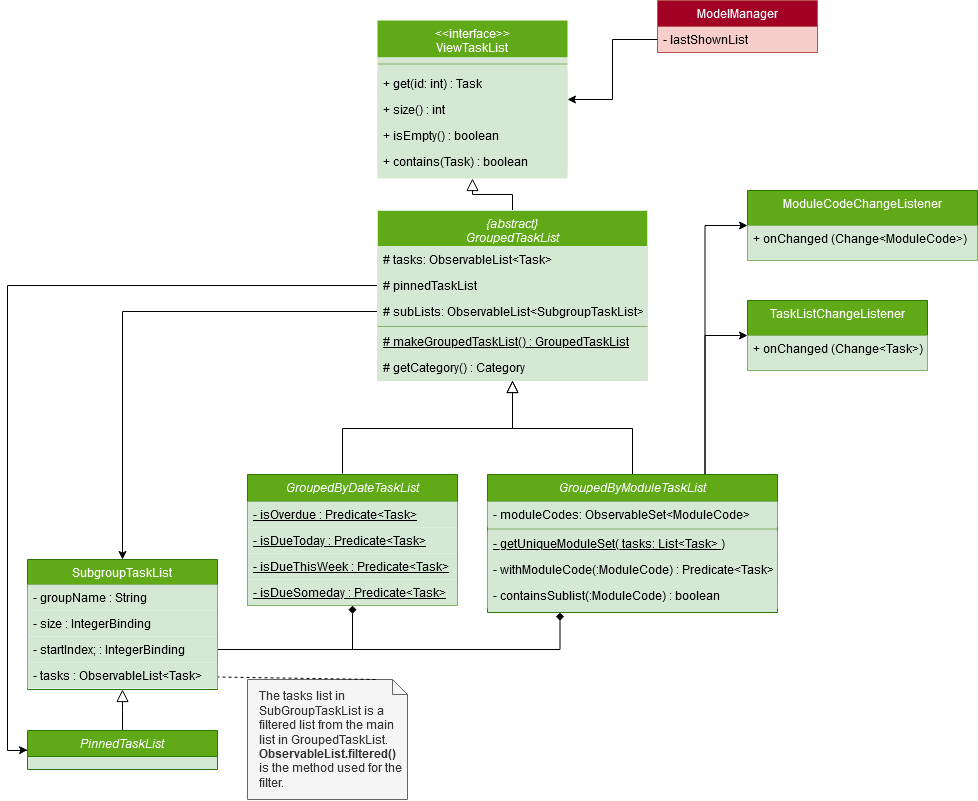
Above: images/TaskListClassDiagram.png in AY1920S2-CS2103-F09-2/main (draw.io), before the change. Source tidied: cells renumbered, new cells last; positions are measured from the earlier drawing's top-left corner, leaving out a move shared by most shapes.
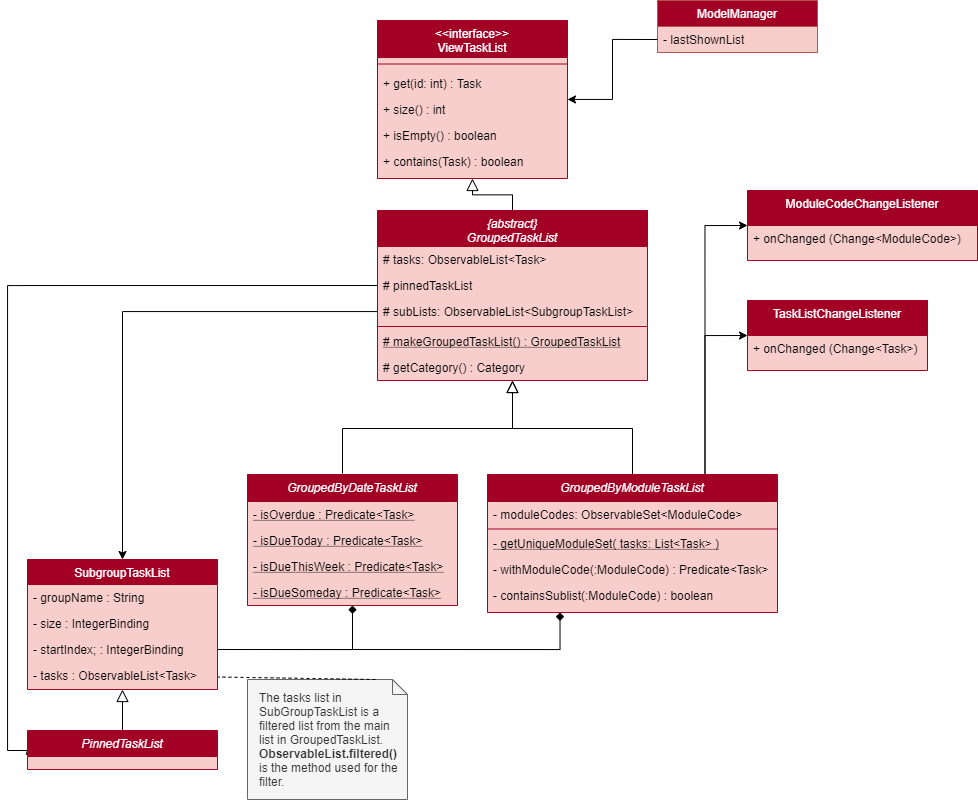
After the commit.

Change to the diagram source:
```diff
@@ -55,22 +55,22 @@
     <mxCell id="12" style="edgeStyle=orthogonalEdgeStyle;rounded=0;jettySize=auto;html=1;exitX=0;exitY=0.75;exitDx=0;exitDy=0;endArrow=classic;endFill=1;" parent="1" edge="1" source="7" target="13">
       <mxGeometry relative="1" as="geometry" />
     </mxCell>
-    <mxCell id="13" value="&lt;&lt;interface&gt;&gt;&#10;ViewTaskList&#10;" style="swimlane;fontStyle=0;align=center;verticalAlign=top;horizontal=1;startSize=37;rounded=0;shadow=0;strokeWidth=1;fillColor=#60a917;strokeColor=none;swimlaneFillColor=#D5E8D4;fontColor=#ffffff;" parent="1" vertex="1">
+    <mxCell id="13" value="&lt;&lt;interface&gt;&gt;&#10;ViewTaskList&#10;" style="swimlane;fontStyle=0;align=center;verticalAlign=top;horizontal=1;startSize=37;rounded=0;shadow=0;strokeWidth=1;fillColor=#a20025;strokeColor=#A20025;swimlaneFillColor=#F8CECC;fontColor=#ffffff;" parent="1" vertex="1">
       <mxGeometry x="370" y="20" width="190" height="158" as="geometry" />
     </mxCell>
-    <mxCell id="14" style="line;html=1;strokeWidth=1;align=left;verticalAlign=middle;spacingTop=-1;spacingLeft=3;spacingRight=3;labelPosition=right;fillColor=#d5e8d4;strokeColor=#82b366;shadow=0;gradientColor=none;" parent="13" vertex="1">
+    <mxCell id="14" style="line;html=1;strokeWidth=1;align=left;verticalAlign=middle;spacingTop=-1;spacingLeft=3;spacingRight=3;labelPosition=right;fillColor=none;strokeColor=#A20025;shadow=0;gradientColor=none;" parent="13" vertex="1">
       <mxGeometry y="37" width="190" height="13" as="geometry" />
     </mxCell>
-    <mxCell id="15" value="+ get(id: int) : Task" style="text;align=left;verticalAlign=top;spacingLeft=4;spacingRight=4;overflow=hidden;fillColor=#d5e8d4;strokeColor=none;" parent="13" vertex="1">
+    <mxCell id="15" value="+ get(id: int) : Task" style="text;align=left;verticalAlign=top;spacingLeft=4;spacingRight=4;overflow=hidden;fillColor=none;strokeColor=none;" parent="13" vertex="1">
       <mxGeometry y="50" width="190" height="26" as="geometry" />
     </mxCell>
-    <mxCell id="16" value="+ size() : int" style="text;align=left;verticalAlign=top;spacingLeft=4;spacingRight=4;overflow=hidden;rounded=0;shadow=0;html=0;fillColor=#d5e8d4;strokeColor=none;" parent="13" vertex="1">
+    <mxCell id="16" value="+ size() : int" style="text;align=left;verticalAlign=top;spacingLeft=4;spacingRight=4;overflow=hidden;rounded=0;shadow=0;html=0;fillColor=none;strokeColor=none;" parent="13" vertex="1">
       <mxGeometry y="76" width="190" height="26" as="geometry" />
     </mxCell>
-    <mxCell id="17" value="+ isEmpty() : boolean" style="text;align=left;verticalAlign=top;spacingLeft=4;spacingRight=4;overflow=hidden;fillColor=#d5e8d4;strokeColor=none;" parent="13" vertex="1">
+    <mxCell id="17" value="+ isEmpty() : boolean" style="text;align=left;verticalAlign=top;spacingLeft=4;spacingRight=4;overflow=hidden;fillColor=none;strokeColor=none;" parent="13" vertex="1">
       <mxGeometry y="102" width="190" height="26" as="geometry" />
     </mxCell>
-    <mxCell id="18" value="+ contains(Task) : boolean" style="text;align=left;verticalAlign=top;spacingLeft=4;spacingRight=4;overflow=hidden;fillColor=#d5e8d4;strokeColor=none;" parent="13" vertex="1">
+    <mxCell id="18" value="+ contains(Task) : boolean" style="text;align=left;verticalAlign=top;spacingLeft=4;spacingRight=4;overflow=hidden;fillColor=none;strokeColor=none;" parent="13" vertex="1">
       <mxGeometry y="128" width="190" height="26" as="geometry" />
     </mxCell>
     <mxCell id="19" value="&lt;div&gt;The tasks list in SubGroupTaskList is a filtered list from the main list in GroupedTaskList.&lt;/div&gt;&lt;div&gt;&lt;b&gt;ObservableList.filtered()&lt;/b&gt; is the method used for the filter.&lt;br&gt;&lt;/div&gt;" style="shape=note;size=15;align=left;spacingLeft=10;html=1;whiteSpace=wrap;fillColor=#f5f5f5;strokeColor=#666666;fontColor=#333333;" parent="1" vertex="1">
@@ -79,49 +79,49 @@
     <mxCell id="20" style="edgeStyle=none;endArrow=none;exitX=0.8;exitY=0;dashed=1;html=1;" parent="1" edge="1" source="19" target="35">
       <mxGeometry x="1" relative="1" as="geometry" />
     </mxCell>
-    <mxCell id="21" value="{abstract}&#10;GroupedTaskList&#10;" style="swimlane;fontStyle=2;align=center;verticalAlign=top;horizontal=1;startSize=36;rounded=0;shadow=0;strokeWidth=1;fillColor=#60a917;strokeColor=#D5E8D4;fontColor=#ffffff;swimlaneFillColor=#D5E8D4;" parent="1" vertex="1">
+    <mxCell id="21" value="{abstract}&#10;GroupedTaskList&#10;" style="swimlane;fontStyle=2;align=center;verticalAlign=top;horizontal=1;startSize=36;rounded=0;shadow=0;strokeWidth=1;fillColor=#A20025;strokeColor=#A20025;fontColor=#ffffff;swimlaneFillColor=#F8CECC;" parent="1" vertex="1">
       <mxGeometry x="370" y="210" width="270" height="170" as="geometry" />
     </mxCell>
-    <mxCell id="22" value="# tasks: ObservableList&lt;Task&gt;" style="text;align=left;verticalAlign=top;spacingLeft=4;spacingRight=4;overflow=hidden;rounded=0;shadow=0;html=0;fillColor=#d5e8d4;strokeColor=none;" parent="21" vertex="1">
+    <mxCell id="22" value="# tasks: ObservableList&lt;Task&gt;" style="text;align=left;verticalAlign=top;spacingLeft=4;spacingRight=4;overflow=hidden;rounded=0;shadow=0;html=0;fillColor=none;strokeColor=none;" parent="21" vertex="1">
       <mxGeometry y="36" width="270" height="26" as="geometry" />
     </mxCell>
-    <mxCell id="23" value="# pinnedTaskList" style="text;align=left;verticalAlign=top;spacingLeft=4;spacingRight=4;overflow=hidden;points=[[0,0.5],[1,0.5]];portConstraint=eastwest;fillColor=#d5e8d4;strokeColor=none;" parent="21" vertex="1">
+    <mxCell id="23" value="# pinnedTaskList" style="text;align=left;verticalAlign=top;spacingLeft=4;spacingRight=4;overflow=hidden;points=[[0,0.5],[1,0.5]];portConstraint=eastwest;fillColor=none;strokeColor=none;" parent="21" vertex="1">
       <mxGeometry y="62" width="270" height="26" as="geometry" />
     </mxCell>
-    <mxCell id="24" value="# subLists: ObservableList&lt;SubgroupTaskList&gt;" style="text;align=left;verticalAlign=top;spacingLeft=4;spacingRight=4;overflow=hidden;points=[[0,0.5],[1,0.5]];portConstraint=eastwest;rounded=0;shadow=0;html=0;fillColor=#d5e8d4;strokeColor=none;" parent="21" vertex="1">
+    <mxCell id="24" value="# subLists: ObservableList&lt;SubgroupTaskList&gt;" style="text;align=left;verticalAlign=top;spacingLeft=4;spacingRight=4;overflow=hidden;points=[[0,0.5],[1,0.5]];portConstraint=eastwest;rounded=0;shadow=0;html=0;fillColor=none;strokeColor=none;" parent="21" vertex="1">
       <mxGeometry y="88" width="270" height="26" as="geometry" />
     </mxCell>
-    <mxCell id="25" style="line;html=1;strokeWidth=1;align=left;verticalAlign=middle;spacingTop=-1;spacingLeft=3;spacingRight=3;labelPosition=right;fillColor=#d5e8d4;strokeColor=#82b366;shadow=0;gradientColor=none;" parent="21" vertex="1">
+    <mxCell id="25" style="line;html=1;strokeWidth=1;align=left;verticalAlign=middle;spacingTop=-1;spacingLeft=3;spacingRight=3;labelPosition=right;fillColor=none;strokeColor=#A20025;shadow=0;gradientColor=none;" parent="21" vertex="1">
       <mxGeometry y="114" width="270" height="4" as="geometry" />
     </mxCell>
-    <mxCell id="26" value="GroupedByDateTaskList" style="swimlane;fontStyle=2;align=center;verticalAlign=top;horizontal=1;startSize=27;rounded=0;shadow=0;strokeWidth=1;fillColor=#60a917;strokeColor=#2D7600;fontColor=#ffffff;" parent="1" vertex="1">
+    <mxCell id="26" value="GroupedByDateTaskList" style="swimlane;fontStyle=2;align=center;verticalAlign=top;horizontal=1;startSize=27;rounded=0;shadow=0;strokeWidth=1;fillColor=#A20025;strokeColor=#A20025;fontColor=#ffffff;swimlaneFillColor=#F8CECC;" parent="1" vertex="1">
       <mxGeometry x="240" y="474" width="210" height="131" as="geometry" />
     </mxCell>
-    <mxCell id="27" value="- isOverdue : Predicate&lt;Task&gt; " style="text;align=left;verticalAlign=top;spacingLeft=4;spacingRight=4;overflow=hidden;fontStyle=4;fillColor=#d5e8d4;strokeColor=none;" parent="26" vertex="1">
+    <mxCell id="27" value="- isOverdue : Predicate&lt;Task&gt; " style="text;align=left;verticalAlign=top;spacingLeft=4;spacingRight=4;overflow=hidden;fontStyle=4;fillColor=none;strokeColor=none;" parent="26" vertex="1">
       <mxGeometry y="27" width="210" height="26" as="geometry" />
     </mxCell>
-    <mxCell id="28" value="- isDueToday : Predicate&lt;Task&gt;" style="text;align=left;verticalAlign=top;spacingLeft=4;spacingRight=4;overflow=hidden;rounded=0;shadow=0;html=0;fontStyle=4;fillColor=#d5e8d4;strokeColor=none;" parent="26" vertex="1">
+    <mxCell id="28" value="- isDueToday : Predicate&lt;Task&gt;" style="text;align=left;verticalAlign=top;spacingLeft=4;spacingRight=4;overflow=hidden;rounded=0;shadow=0;html=0;fontStyle=4;fillColor=none;strokeColor=none;" parent="26" vertex="1">
       <mxGeometry y="53" width="210" height="26" as="geometry" />
     </mxCell>
-    <mxCell id="29" value="- isDueThisWeek : Predicate&lt;Task&gt; " style="text;align=left;verticalAlign=top;spacingLeft=4;spacingRight=4;overflow=hidden;rounded=0;shadow=0;html=0;fontStyle=4;fillColor=#d5e8d4;strokeColor=none;" parent="26" vertex="1">
+    <mxCell id="29" value="- isDueThisWeek : Predicate&lt;Task&gt; " style="text;align=left;verticalAlign=top;spacingLeft=4;spacingRight=4;overflow=hidden;rounded=0;shadow=0;html=0;fontStyle=4;fillColor=none;strokeColor=none;" parent="26" vertex="1">
       <mxGeometry y="79" width="210" height="26" as="geometry" />
     </mxCell>
-    <mxCell id="30" value="- isDueSomeday : Predicate&lt;Task&gt; " style="text;align=left;verticalAlign=top;spacingLeft=4;spacingRight=4;overflow=hidden;rounded=0;shadow=0;html=0;fontStyle=4;fillColor=#d5e8d4;strokeColor=none;" parent="26" vertex="1">
+    <mxCell id="30" value="- isDueSomeday : Predicate&lt;Task&gt; " style="text;align=left;verticalAlign=top;spacingLeft=4;spacingRight=4;overflow=hidden;rounded=0;shadow=0;html=0;fontStyle=4;fillColor=none;strokeColor=none;" parent="26" vertex="1">
       <mxGeometry y="105" width="210" height="26" as="geometry" />
     </mxCell>
-    <mxCell id="31" value="SubgroupTaskList" style="swimlane;fontStyle=0;align=center;verticalAlign=top;horizontal=1;startSize=25;rounded=0;shadow=0;strokeWidth=1;fillColor=#60a917;strokeColor=#2D7600;fontColor=#ffffff;" parent="1" vertex="1">
+    <mxCell id="31" value="SubgroupTaskList" style="swimlane;fontStyle=0;align=center;verticalAlign=top;horizontal=1;startSize=25;rounded=0;shadow=0;strokeWidth=1;fillColor=#A20025;strokeColor=#A20025;fontColor=#ffffff;swimlaneFillColor=#F8CECC;" parent="1" vertex="1">
       <mxGeometry x="20" y="559" width="190" height="130" as="geometry" />
     </mxCell>
-    <mxCell id="32" value="- groupName : String " style="text;align=left;verticalAlign=top;spacingLeft=4;spacingRight=4;overflow=hidden;rounded=0;shadow=0;html=0;fillColor=#d5e8d4;strokeColor=none;" parent="31" vertex="1">
+    <mxCell id="32" value="- groupName : String " style="text;align=left;verticalAlign=top;spacingLeft=4;spacingRight=4;overflow=hidden;rounded=0;shadow=0;html=0;fillColor=none;strokeColor=none;" parent="31" vertex="1">
       <mxGeometry y="25" width="190" height="26" as="geometry" />
     </mxCell>
-    <mxCell id="33" value="- size : IntegerBinding " style="text;align=left;verticalAlign=top;spacingLeft=4;spacingRight=4;overflow=hidden;fillColor=#d5e8d4;strokeColor=none;" parent="31" vertex="1">
+    <mxCell id="33" value="- size : IntegerBinding " style="text;align=left;verticalAlign=top;spacingLeft=4;spacingRight=4;overflow=hidden;fillColor=none;strokeColor=none;" parent="31" vertex="1">
       <mxGeometry y="51" width="190" height="26" as="geometry" />
     </mxCell>
-    <mxCell id="34" value="- startIndex; : IntegerBinding " style="text;align=left;verticalAlign=top;spacingLeft=4;spacingRight=4;overflow=hidden;points=[[0,0.5],[1,0.5]];portConstraint=eastwest;fillColor=#d5e8d4;strokeColor=none;" parent="31" vertex="1">
+    <mxCell id="34" value="- startIndex; : IntegerBinding " style="text;align=left;verticalAlign=top;spacingLeft=4;spacingRight=4;overflow=hidden;points=[[0,0.5],[1,0.5]];portConstraint=eastwest;fillColor=none;strokeColor=none;" parent="31" vertex="1">
       <mxGeometry y="77" width="190" height="26" as="geometry" />
     </mxCell>
-    <mxCell id="35" value="-  tasks : ObservableList&lt;Task&gt;" style="text;align=left;verticalAlign=top;spacingLeft=4;spacingRight=4;overflow=hidden;points=[[0,0.5],[1,0.5]];portConstraint=eastwest;fillColor=#d5e8d4;strokeColor=none;" parent="31" vertex="1">
+    <mxCell id="35" value="-  tasks : ObservableList&lt;Task&gt;" style="text;align=left;verticalAlign=top;spacingLeft=4;spacingRight=4;overflow=hidden;points=[[0,0.5],[1,0.5]];portConstraint=eastwest;fillColor=none;strokeColor=none;" parent="31" vertex="1">
       <mxGeometry y="103" width="190" height="26" as="geometry" />
     </mxCell>
     <mxCell id="36" style="edgeStyle=orthogonalEdgeStyle;rounded=0;jettySize=auto;html=1;exitX=0.75;exitY=0;exitDx=0;exitDy=0;entryX=0;entryY=0.5;entryDx=0;entryDy=0;endArrow=classic;endFill=1;" parent="1" edge="1" source="38" target="44">
@@ -130,43 +130,43 @@
     <mxCell id="37" style="edgeStyle=orthogonalEdgeStyle;rounded=0;jettySize=auto;html=1;exitX=0.75;exitY=0;exitDx=0;exitDy=0;entryX=0;entryY=0.5;entryDx=0;entryDy=0;endArrow=classic;endFill=1;" parent="1" edge="1" source="38" target="46">
       <mxGeometry relative="1" as="geometry" />
     </mxCell>
-    <mxCell id="38" value="GroupedByModuleTaskList" style="swimlane;fontStyle=2;align=center;verticalAlign=top;horizontal=1;startSize=27;rounded=0;shadow=0;strokeWidth=1;fillColor=#60a917;strokeColor=#2D7600;swimlaneFillColor=#D5E8D4;fontColor=#ffffff;" parent="1" vertex="1">
+    <mxCell id="38" value="GroupedByModuleTaskList" style="swimlane;fontStyle=2;align=center;verticalAlign=top;horizontal=1;startSize=27;rounded=0;shadow=0;strokeWidth=1;fillColor=#A20025;strokeColor=#A20025;swimlaneFillColor=#F8CECC;fontColor=#ffffff;" parent="1" vertex="1">
       <mxGeometry x="480" y="474" width="290" height="138" as="geometry" />
     </mxCell>
-    <mxCell id="39" value="- moduleCodes: ObservableSet&lt;ModuleCode&gt;" style="text;align=left;verticalAlign=top;spacingLeft=4;spacingRight=4;overflow=hidden;rounded=0;shadow=0;html=0;fillColor=#d5e8d4;strokeColor=none;" parent="38" vertex="1">
+    <mxCell id="39" value="- moduleCodes: ObservableSet&lt;ModuleCode&gt;" style="text;align=left;verticalAlign=top;spacingLeft=4;spacingRight=4;overflow=hidden;rounded=0;shadow=0;html=0;fillColor=none;strokeColor=none;" parent="38" vertex="1">
       <mxGeometry y="27" width="290" height="26" as="geometry" />
     </mxCell>
-    <mxCell id="40" style="line;html=1;strokeWidth=1;align=left;verticalAlign=middle;spacingTop=-1;spacingLeft=3;spacingRight=3;labelPosition=right;fillColor=#ffffff;strokeColor=#82b366;" parent="38" vertex="1">
+    <mxCell id="40" style="line;html=1;strokeWidth=1;align=left;verticalAlign=middle;spacingTop=-1;spacingLeft=3;spacingRight=3;labelPosition=right;fillColor=#ffffff;strokeColor=#A20025;" parent="38" vertex="1">
       <mxGeometry y="53" width="290" height="3" as="geometry" />
     </mxCell>
-    <mxCell id="41" value="- getUniqueModuleSet( tasks: List&lt;Task&gt; )" style="text;align=left;verticalAlign=top;spacingLeft=4;spacingRight=4;overflow=hidden;fontStyle=4;fillColor=#d5e8d4;strokeColor=none;" parent="38" vertex="1">
+    <mxCell id="41" value="- getUniqueModuleSet( tasks: List&lt;Task&gt; )" style="text;align=left;verticalAlign=top;spacingLeft=4;spacingRight=4;overflow=hidden;fontStyle=4;fillColor=none;strokeColor=none;" parent="38" vertex="1">
       <mxGeometry y="56" width="290" height="26" as="geometry" />
     </mxCell>
-    <mxCell id="42" value="- withModuleCode(:ModuleCode) : Predicate&lt;Task&gt;" style="text;align=left;verticalAlign=top;spacingLeft=4;spacingRight=4;overflow=hidden;fillColor=#d5e8d4;strokeColor=none;" parent="38" vertex="1">
+    <mxCell id="42" value="- withModuleCode(:ModuleCode) : Predicate&lt;Task&gt;" style="text;align=left;verticalAlign=top;spacingLeft=4;spacingRight=4;overflow=hidden;fillColor=none;strokeColor=none;" parent="38" vertex="1">
       <mxGeometry y="82" width="290" height="26" as="geometry" />
     </mxCell>
-    <mxCell id="43" value="- containsSublist(:ModuleCode) : boolean" style="text;align=left;verticalAlign=top;spacingLeft=4;spacingRight=4;overflow=hidden;fillColor=#d5e8d4;strokeColor=none;" parent="38" vertex="1">
+    <mxCell id="43" value="- containsSublist(:ModuleCode) : boolean" style="text;align=left;verticalAlign=top;spacingLeft=4;spacingRight=4;overflow=hidden;fillColor=none;strokeColor=none;" parent="38" vertex="1">
       <mxGeometry y="108" width="290" height="26" as="geometry" />
     </mxCell>
-    <mxCell id="44" value="ModuleCodeChangeListener" style="swimlane;fontStyle=0;align=center;verticalAlign=top;horizontal=1;startSize=35;rounded=0;shadow=0;strokeWidth=1;fillColor=#60a917;strokeColor=#2D7600;fontColor=#ffffff;" parent="1" vertex="1">
+    <mxCell id="44" value="ModuleCodeChangeListener" style="swimlane;fontStyle=0;align=center;verticalAlign=top;horizontal=1;startSize=35;rounded=0;shadow=0;strokeWidth=1;fillColor=#A20025;strokeColor=#A20025;fontColor=#ffffff;swimlaneFillColor=#F8CECC;" parent="1" vertex="1">
       <mxGeometry x="740" y="190" width="230" height="70" as="geometry" />
     </mxCell>
-    <mxCell id="45" value="+ onChanged (Change&lt;ModuleCode&gt;)" style="text;align=left;verticalAlign=top;spacingLeft=4;spacingRight=4;overflow=hidden;fillColor=#d5e8d4;strokeColor=#82b366;" parent="44" vertex="1">
+    <mxCell id="45" value="+ onChanged (Change&lt;ModuleCode&gt;)" style="text;align=left;verticalAlign=top;spacingLeft=4;spacingRight=4;overflow=hidden;fillColor=none;strokeColor=none;" parent="44" vertex="1">
       <mxGeometry y="35" width="230" height="35" as="geometry" />
     </mxCell>
-    <mxCell id="46" value="TaskListChangeListener" style="swimlane;fontStyle=0;align=center;verticalAlign=top;horizontal=1;startSize=35;rounded=0;shadow=0;strokeWidth=1;fillColor=#60a917;strokeColor=#2D7600;fontColor=#ffffff;" parent="1" vertex="1">
+    <mxCell id="46" value="TaskListChangeListener" style="swimlane;fontStyle=0;align=center;verticalAlign=top;horizontal=1;startSize=35;rounded=0;shadow=0;strokeWidth=1;fillColor=#A20025;strokeColor=#A20025;fontColor=#ffffff;swimlaneFillColor=#F8CECC;" parent="1" vertex="1">
       <mxGeometry x="740" y="300" width="180" height="70" as="geometry" />
     </mxCell>
-    <mxCell id="47" value="+ onChanged (Change&lt;Task&gt;)" style="text;align=left;verticalAlign=top;spacingLeft=4;spacingRight=4;overflow=hidden;fillColor=#d5e8d4;strokeColor=#82b366;" parent="46" vertex="1">
+    <mxCell id="47" value="+ onChanged (Change&lt;Task&gt;)" style="text;align=left;verticalAlign=top;spacingLeft=4;spacingRight=4;overflow=hidden;fillColor=none;strokeColor=none;" parent="46" vertex="1">
       <mxGeometry y="35" width="180" height="35" as="geometry" />
     </mxCell>
-    <mxCell id="48" value="# makeGroupedTaskList() : GroupedTaskList" style="text;align=left;verticalAlign=top;spacingLeft=4;spacingRight=4;overflow=hidden;fontStyle=4;fillColor=#d5e8d4;strokeColor=none;gradientColor=none;" parent="1" vertex="1">
+    <mxCell id="48" value="# makeGroupedTaskList() : GroupedTaskList" style="text;align=left;verticalAlign=top;spacingLeft=4;spacingRight=4;overflow=hidden;fontStyle=4;fillColor=none;strokeColor=none;gradientColor=none;" parent="1" vertex="1">
       <mxGeometry x="370" y="328" width="270" height="26" as="geometry" />
     </mxCell>
-    <mxCell id="49" value="# getCategory() : Category" style="text;align=left;verticalAlign=top;spacingLeft=4;spacingRight=4;overflow=hidden;fillColor=#d5e8d4;strokeColor=none;" parent="1" vertex="1">
+    <mxCell id="49" value="# getCategory() : Category" style="text;align=left;verticalAlign=top;spacingLeft=4;spacingRight=4;overflow=hidden;fillColor=none;strokeColor=none;" parent="1" vertex="1">
       <mxGeometry x="370" y="354" width="270" height="26" as="geometry" />
     </mxCell>
-    <mxCell id="50" value="PinnedTaskList" style="swimlane;fontStyle=2;align=center;verticalAlign=middle;horizontal=1;startSize=26;rounded=0;shadow=0;strokeWidth=1;fillColor=#60a917;strokeColor=#2D7600;fontColor=#ffffff;swimlaneFillColor=#D5E8D4;" parent="1" vertex="1">
+    <mxCell id="50" value="PinnedTaskList" style="swimlane;fontStyle=2;align=center;verticalAlign=middle;horizontal=1;startSize=26;rounded=0;shadow=0;strokeWidth=1;fillColor=#A20025;strokeColor=#A20025;fontColor=#ffffff;swimlaneFillColor=#F8CECC;" parent="1" vertex="1">
       <mxGeometry x="20" y="730" width="190" height="39" as="geometry" />
     </mxCell>
   </root>
```
